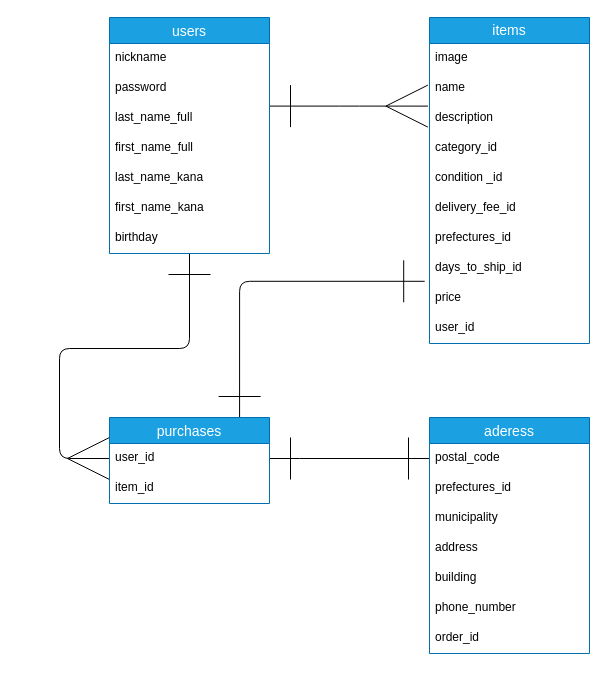
Before: er.dio in takuro-yamamoto/furima-31958, a draw.io diagram. Source tidied: cells renumbered, new cells numbered last; positions are measured from the earlier drawing's top-left corner, leaving out a move shared by most shapes. Both pictures are drawn from the tidied source at 100%, with x=0, y=0 at pixel (109, 17).
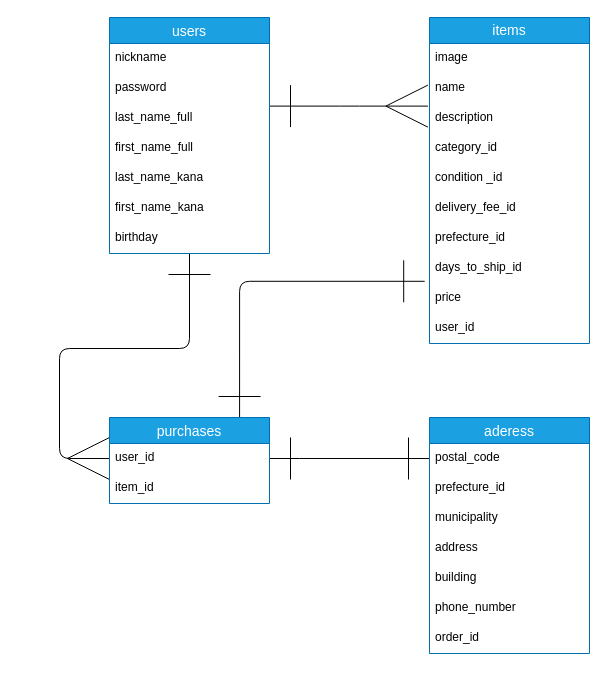
Above is the later version.

Unchanged cells that the change refers to:
```xml
<mxCell id="13" value="items" style="swimlane;fontStyle=0;horizontal=1;startSize=26;align=center;fontSize=14;whiteSpace=wrap;html=1;fillColor=#1ba1e2;strokeColor=#006EAF;fontColor=#ffffff;" parent="1" vertex="1">
  <mxGeometry x="320" width="160" height="326" as="geometry" />
</mxCell>
<mxCell id="28" value="aderess" style="swimlane;fontStyle=0;horizontal=1;startSize=26;align=center;fontSize=14;fillColor=#1ba1e2;strokeColor=#006EAF;fontColor=#ffffff;" parent="1" vertex="1">
  <mxGeometry x="320" y="400" width="160" height="236" as="geometry" />
</mxCell>
```

Diff of the diagram source:
```diff
@@
-    <mxCell id="20" value="prefectures_id&#10;" style="text;strokeColor=none;fillColor=none;spacingLeft=4;spacingRight=4;overflow=hidden;fontSize=12;" parent="13" vertex="1">
+    <mxCell id="20" value="prefecture_id" style="text;strokeColor=none;fillColor=none;spacingLeft=4;spacingRight=4;overflow=hidden;fontSize=12;" parent="13" vertex="1">
       <mxGeometry y="206" width="160" height="30" as="geometry" />
     </mxCell>
@@
-    <mxCell id="30" value="prefectures_id" style="text;strokeColor=none;fillColor=none;spacingLeft=4;spacingRight=4;overflow=hidden;fontSize=12;" parent="28" vertex="1">
+    <mxCell id="30" value="prefecture_id" style="text;strokeColor=none;fillColor=none;spacingLeft=4;spacingRight=4;overflow=hidden;fontSize=12;" parent="28" vertex="1">
       <mxGeometry y="56" width="160" height="30" as="geometry" />
     </mxCell>
```
